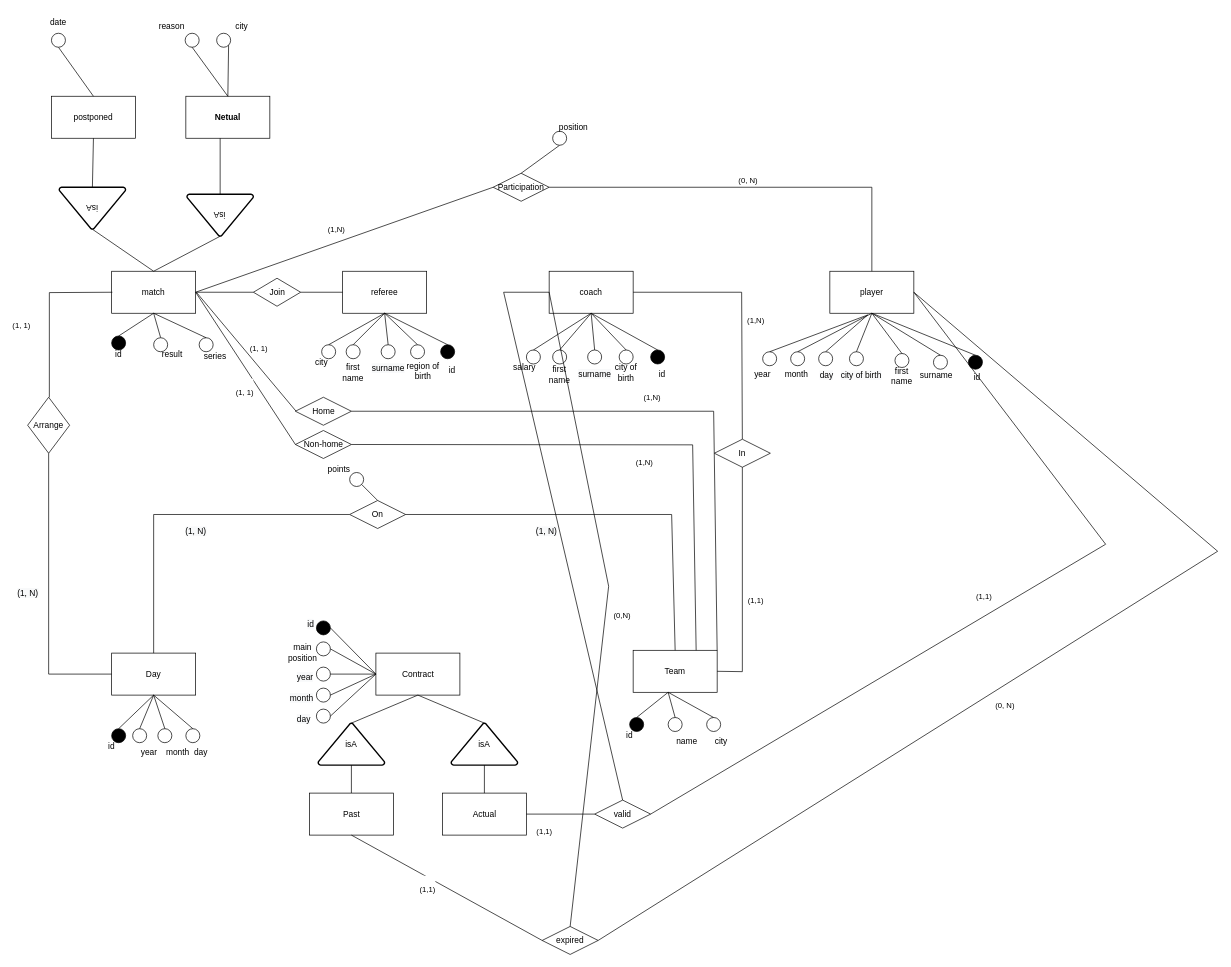
Earlier version of the draw.io diagram page "第 4 页" (4 of 5) of part1.drawio (JerryFan996/c43_a3). Source tidied: cells renumbered, new cells numbered last; positions are measured from the earlier drawing's top-left corner, leaving out a move shared by most shapes. Both pictures are drawn from the tidied source at 70%, with x=0, y=0 at pixel (27, 12).
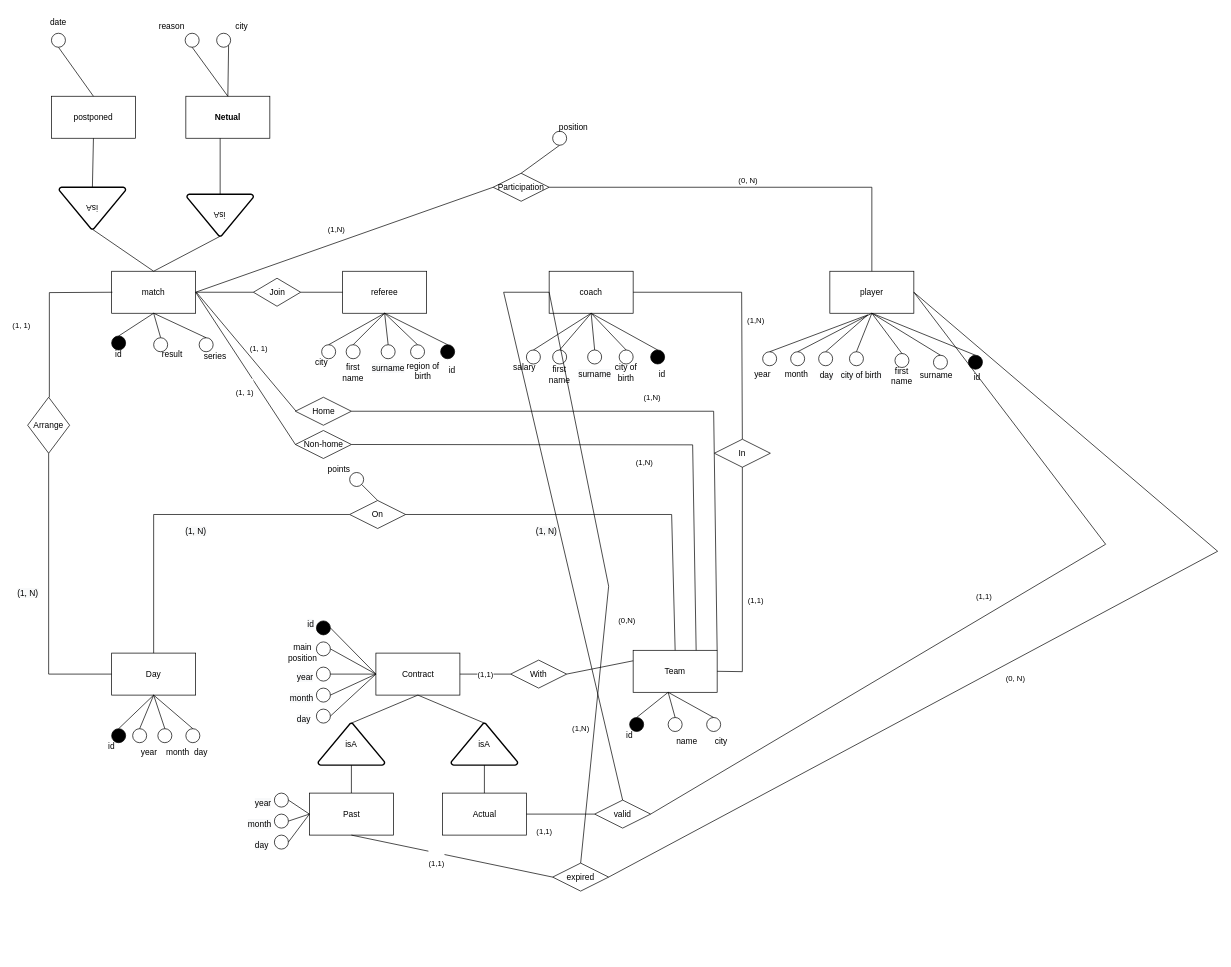
After the change.

Unchanged cells that the change refers to:
```xml
<mxCell id="11" value="coach" style="rounded=0;whiteSpace=wrap;html=1;" parent="1" vertex="1">
  <mxGeometry x="745" y="370" width="120" height="60" as="geometry" />
</mxCell>
<mxCell id="63" value="Contract" style="rounded=0;whiteSpace=wrap;html=1;" parent="1" vertex="1">
  <mxGeometry x="497.5" y="915.5" width="120" height="60" as="geometry" />
</mxCell>
<mxCell id="66" value="Past" style="rounded=0;whiteSpace=wrap;html=1;" parent="1" vertex="1">
  <mxGeometry x="402.5" y="1115.5" width="120" height="60" as="geometry" />
</mxCell>
<mxCell id="83" value="Team" style="rounded=0;whiteSpace=wrap;html=1;" parent="1" vertex="1">
  <mxGeometry x="865" y="911.5" width="120" height="60" as="geometry" />
</mxCell>
```

Diff of the diagram source:
```diff
@@
     <mxCell id="152" value="expired" style="rhombus;whiteSpace=wrap;html=1;" parent="1" vertex="1">
-      <mxGeometry x="735" y="1306" width="80" height="40" as="geometry" />
+      <mxGeometry x="750" y="1215.5" width="80" height="40" as="geometry" />
     </mxCell>
@@
     <mxCell id="158" value="(0,N)" style="endArrow=none;html=1;rounded=0;entryX=0;entryY=0.5;entryDx=0;entryDy=0;exitX=0.5;exitY=0;exitDx=0;exitDy=0;" parent="1" edge="1" source="152" target="11">
-      <mxGeometry x="-0.02" y="-24" relative="1" as="geometry">
+      <mxGeometry x="-0.15" y="-31" relative="1" as="geometry">
         <Array as="points">
           <mxPoint x="830" y="820" />
         </Array>
       </mxGeometry>
     </mxCell>
@@
+    <mxCell id="165" value="(1,1)" style="endArrow=none;html=1;rounded=0;exitX=1;exitY=0.5;exitDx=0;exitDy=0;entryX=0;entryY=0.5;entryDx=0;entryDy=0;" parent="1" edge="1" source="63" target="166">
+      <mxGeometry relative="1" as="geometry" />
+    </mxCell>
+    <mxCell id="166" value="With" style="rhombus;whiteSpace=wrap;html=1;" parent="1" vertex="1">
+      <mxGeometry x="690" y="925.5" width="80" height="40" as="geometry" />
+    </mxCell>
+    <mxCell id="167" value="&#10;&lt;span style=&quot;color: rgb(0, 0, 0); font-family: Helvetica; font-size: 11px; font-style: normal; font-variant-ligatures: normal; font-variant-caps: normal; font-weight: 400; letter-spacing: normal; orphans: 2; text-align: center; text-indent: 0px; text-transform: none; widows: 2; word-spacing: 0px; -webkit-text-stroke-width: 0px; background-color: rgb(255, 255, 255); text-decoration-thickness: initial; text-decoration-style: initial; text-decoration-color: initial; float: none; display: inline !important;&quot;&gt;(1,N)&lt;/span&gt;&#10;&#10;" style="endArrow=none;html=1;rounded=0;entryX=1;entryY=0.5;entryDx=0;entryDy=0;exitX=0;exitY=0.25;exitDx=0;exitDy=0;" parent="1" edge="1" source="83" target="166">
+      <mxGeometry x="0.94" y="87" relative="1" as="geometry" />
+    </mxCell>
+    <mxCell id="168" style="ellipse;whiteSpace=wrap;html=1;" parent="1" vertex="1">
+      <mxGeometry x="352.5" y="1115.5" width="20" height="20" as="geometry" />
+    </mxCell>
+    <mxCell id="169" style="ellipse;whiteSpace=wrap;html=1;" parent="1" vertex="1">
+      <mxGeometry x="352.5" y="1145.5" width="20" height="20" as="geometry" />
+    </mxCell>
+    <mxCell id="170" style="ellipse;whiteSpace=wrap;html=1;" parent="1" vertex="1">
+      <mxGeometry x="352.5" y="1175.5" width="20" height="20" as="geometry" />
+    </mxCell>
+    <mxCell id="171" value="&lt;span style=&quot;color: rgb(0, 0, 0); font-family: Helvetica; font-size: 12px; font-style: normal; font-variant-ligatures: normal; font-variant-caps: normal; font-weight: 400; letter-spacing: normal; orphans: 2; text-align: center; text-indent: 0px; text-transform: none; widows: 2; word-spacing: 0px; -webkit-text-stroke-width: 0px; background-color: rgb(248, 249, 250); text-decoration-thickness: initial; text-decoration-style: initial; text-decoration-color: initial; float: none; display: inline !important;&quot;&gt;year&lt;/span&gt;" style="text;whiteSpace=wrap;html=1;" parent="1" vertex="1">
+      <mxGeometry x="322.5" y="1115.5" width="40" height="40" as="geometry" />
+    </mxCell>
+    <mxCell id="172" value="&lt;span style=&quot;color: rgb(0, 0, 0); font-family: Helvetica; font-size: 12px; font-style: normal; font-variant-ligatures: normal; font-variant-caps: normal; font-weight: 400; letter-spacing: normal; orphans: 2; text-align: center; text-indent: 0px; text-transform: none; widows: 2; word-spacing: 0px; -webkit-text-stroke-width: 0px; background-color: rgb(248, 249, 250); text-decoration-thickness: initial; text-decoration-style: initial; text-decoration-color: initial; float: none; display: inline !important;&quot;&gt;month&lt;/span&gt;" style="text;whiteSpace=wrap;html=1;" parent="1" vertex="1">
+      <mxGeometry x="312.5" y="1145.5" width="40" height="40" as="geometry" />
+    </mxCell>
+    <mxCell id="173" value="&lt;span style=&quot;color: rgb(0, 0, 0); font-family: Helvetica; font-size: 12px; font-style: normal; font-variant-ligatures: normal; font-variant-caps: normal; font-weight: 400; letter-spacing: normal; orphans: 2; text-align: center; text-indent: 0px; text-transform: none; widows: 2; word-spacing: 0px; -webkit-text-stroke-width: 0px; background-color: rgb(248, 249, 250); text-decoration-thickness: initial; text-decoration-style: initial; text-decoration-color: initial; float: none; display: inline !important;&quot;&gt;day&lt;/span&gt;" style="text;whiteSpace=wrap;html=1;" parent="1" vertex="1">
+      <mxGeometry x="322.5" y="1175.5" width="40" height="40" as="geometry" />
+    </mxCell>
+    <mxCell id="174" style="endArrow=none;html=1;rounded=0;entryX=0;entryY=0.5;entryDx=0;entryDy=0;exitX=1;exitY=0.5;exitDx=0;exitDy=0;" parent="1" edge="1" source="168" target="66">
+      <mxGeometry relative="1" as="geometry" />
+    </mxCell>
+    <mxCell id="175" style="endArrow=none;html=1;rounded=0;entryX=0;entryY=0.5;entryDx=0;entryDy=0;exitX=1;exitY=0.5;exitDx=0;exitDy=0;" parent="1" edge="1" source="169" target="66">
+      <mxGeometry relative="1" as="geometry" />
+    </mxCell>
+    <mxCell id="176" style="endArrow=none;html=1;rounded=0;entryX=0;entryY=0.5;entryDx=0;entryDy=0;exitX=1;exitY=0.5;exitDx=0;exitDy=0;" parent="1" edge="1" source="170" target="66">
+      <mxGeometry relative="1" as="geometry" />
+    </mxCell>
```
